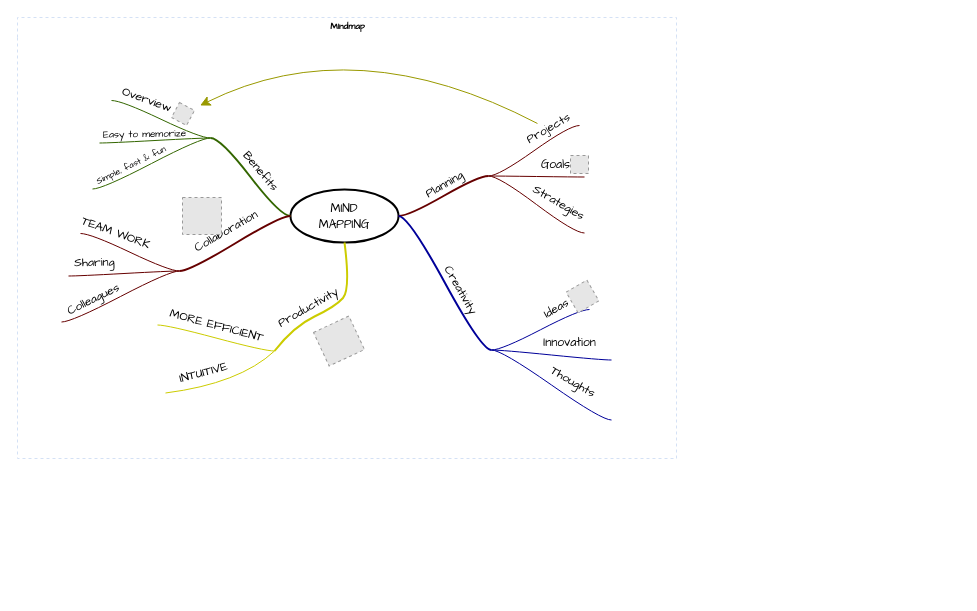
Before: 未命名绘图.drawio in Jerrywang2013/blog, a draw.io diagram. Source tidied: cells renumbered, new cells numbered last; positions are measured from the earlier drawing's top-left corner, leaving out a move shared by most shapes. Both pictures are drawn from the tidied source at 100%, with x=0, y=0 at pixel (17, 17). Pictures stored in the file or linked from it are replaced by grey dashed boxes.
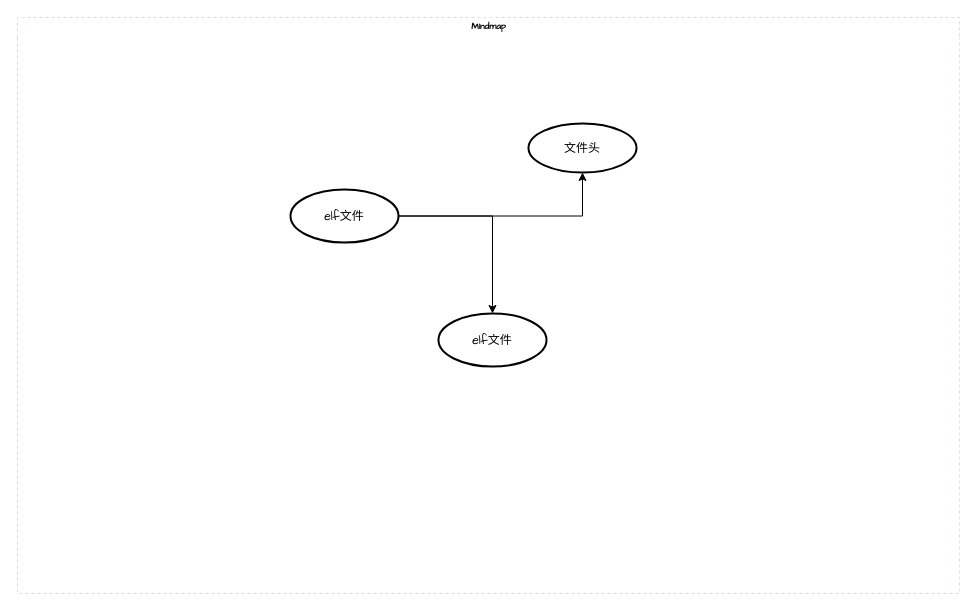
The same page after the edit.

The edit, as a diff of the source:
```diff
@@
     <mxCell id="2" value="Mindmap" style="swimlane;html=1;startSize=20;horizontal=1;containerType=tree;labelBackgroundColor=none;strokeColor=#D4E1F5;strokeWidth=1;fillColor=none;fontFamily=Comic Sans MS;fontSize=9;swimlaneLine=0;dashed=1;" parent="1" vertex="1">
-      <mxGeometry width="659" height="441" as="geometry" />
+      <mxGeometry width="942" height="576" as="geometry" />
     </mxCell>
-    <mxCell id="3" value="&lt;font face=&quot;Comic Sans MS&quot;&gt;MIND&lt;br&gt;MAPPING&lt;/font&gt;" style="ellipse;whiteSpace=wrap;html=1;align=center;strokeWidth=2;" parent="2" vertex="1">
+    <mxCell id="3" value="&lt;font face=&quot;Comic Sans MS&quot;&gt;elf文件&lt;/font&gt;" style="ellipse;whiteSpace=wrap;html=1;align=center;strokeWidth=2;" parent="2" vertex="1">
       <mxGeometry x="273" y="172" width="108" height="53" as="geometry" />
     </mxCell>
-    <mxCell id="4" style="whiteSpace=wrap;html=1;rounded=1;arcSize=50;align=center;verticalAlign=middle;strokeWidth=1;spacing=4;" parent="2" vertex="1">
-      <mxGeometry x="471" y="158" height="1" as="geometry" />
-    </mxCell>
-    <mxCell id="5" style="edgeStyle=entityRelationEdgeStyle;startArrow=none;endArrow=none;segment=10;curved=1;strokeWidth=2;strokeColor=#660000;rounded=0;fontSize=12;startSize=8;endSize=8;" parent="2" edge="1" source="3" target="4">
-      <mxGeometry relative="1" as="geometry" />
-    </mxCell>
-    <mxCell id="6" value="Planning" style="text;html=1;align=center;verticalAlign=middle;labelBackgroundColor=none;rotation=-30;fontFamily=Comic Sans MS;" parent="5" vertex="1">
-      <mxGeometry x="0.02" y="2" relative="1" as="geometry">
-        <mxPoint x="1" y="-9" as="offset" />
-      </mxGeometry>
-    </mxCell>
-    <mxCell id="7" style="whiteSpace=wrap;html=1;rounded=1;arcSize=50;align=center;verticalAlign=middle;strokeWidth=1;spacing=4;" parent="2" vertex="1" collapsed="1">
-      <mxGeometry x="562" y="108" width="5" as="geometry" />
-    </mxCell>
-    <mxCell id="8" style="edgeStyle=entityRelationEdgeStyle;startArrow=none;endArrow=none;segment=10;curved=1;strokeColor=#660000;rounded=0;fontSize=12;startSize=8;endSize=8;" parent="2" edge="1" source="4" target="7">
-      <mxGeometry relative="1" as="geometry" />
-    </mxCell>
-    <mxCell id="9" value="Projects" style="text;html=1;points=[];align=center;verticalAlign=middle;labelBackgroundColor=none;fontFamily=Comic Sans MS;rotation=-30;" parent="8" vertex="1">
-      <mxGeometry x="0.26" relative="1" as="geometry">
-        <mxPoint x="3" y="-14" as="offset" />
-      </mxGeometry>
-    </mxCell>
-    <mxCell id="10" style="whiteSpace=wrap;html=1;rounded=1;arcSize=50;align=center;verticalAlign=middle;strokeWidth=1;spacing=4;" parent="2" vertex="1">
-      <mxGeometry x="567" y="159" height="1" as="geometry" />
-    </mxCell>
-    <mxCell id="11" style="edgeStyle=entityRelationEdgeStyle;startArrow=none;endArrow=none;segment=10;curved=1;strokeColor=#660000;rounded=0;fontSize=12;startSize=8;endSize=8;" parent="2" edge="1" source="4" target="10">
-      <mxGeometry relative="1" as="geometry" />
-    </mxCell>
-    <mxCell id="12" value="Goals" style="text;html=1;align=center;verticalAlign=middle;labelBackgroundColor=none;fontFamily=Comic Sans MS;rotation=0;" parent="11" vertex="1">
-      <mxGeometry x="-0.11" y="-1" relative="1" as="geometry">
-        <mxPoint x="24" y="-12" as="offset" />
-      </mxGeometry>
-    </mxCell>
-    <mxCell id="13" style="whiteSpace=wrap;html=1;rounded=1;arcSize=50;align=center;verticalAlign=middle;strokeWidth=1;spacing=4;" parent="2" vertex="1">
-      <mxGeometry x="567" y="215" height="1" as="geometry" />
-    </mxCell>
-    <mxCell id="14" style="edgeStyle=entityRelationEdgeStyle;startArrow=none;endArrow=none;segment=10;curved=1;strokeColor=#660000;rounded=0;fontSize=12;startSize=8;endSize=8;" parent="2" edge="1" source="4" target="13">
-      <mxGeometry relative="1" as="geometry" />
-    </mxCell>
-    <mxCell id="15" value="Strategies" style="text;html=1;align=center;verticalAlign=middle;labelBackgroundColor=none;fontFamily=Comic Sans MS;rotation=30;" parent="14" vertex="1">
-      <mxGeometry x="-0.11" y="-1" relative="1" as="geometry">
-        <mxPoint x="28" y="1" as="offset" />
-      </mxGeometry>
-    </mxCell>
-    <mxCell id="16" style="whiteSpace=wrap;html=1;rounded=1;arcSize=50;align=center;verticalAlign=middle;strokeWidth=1;spacing=4;" parent="2" vertex="1">
-      <mxGeometry x="474" y="332" height="1" as="geometry" />
-    </mxCell>
-    <mxCell id="17" style="edgeStyle=entityRelationEdgeStyle;startArrow=none;endArrow=none;segment=10;curved=1;strokeWidth=2;strokeColor=#000099;rounded=0;fontSize=12;startSize=8;endSize=8;" parent="2" edge="1" source="3" target="16">
-      <mxGeometry relative="1" as="geometry" />
-    </mxCell>
-    <mxCell id="18" value="Creativity" style="text;html=1;align=center;verticalAlign=middle;labelBackgroundColor=none;rotation=60;fontFamily=Comic Sans MS;" parent="17" vertex="1">
-      <mxGeometry x="0.02" y="2" relative="1" as="geometry">
-        <mxPoint x="13" y="6" as="offset" />
-      </mxGeometry>
-    </mxCell>
-    <mxCell id="19" style="whiteSpace=wrap;html=1;rounded=1;arcSize=50;align=center;verticalAlign=middle;strokeWidth=1;spacing=4;" parent="2" vertex="1">
-      <mxGeometry x="572" y="292" width="5" as="geometry" />
-    </mxCell>
-    <mxCell id="20" style="edgeStyle=entityRelationEdgeStyle;startArrow=none;endArrow=none;segment=10;curved=1;strokeColor=#000099;rounded=0;fontSize=12;startSize=8;endSize=8;" parent="2" edge="1" source="16" target="19">
-      <mxGeometry relative="1" as="geometry" />
-    </mxCell>
-    <mxCell id="21" value="Ideas" style="text;html=1;align=center;verticalAlign=middle;labelBackgroundColor=none;fontFamily=Comic Sans MS;rotation=-30;" parent="20" vertex="1">
-      <mxGeometry x="0.26" relative="1" as="geometry">
-        <mxPoint x="3" y="-14" as="offset" />
-      </mxGeometry>
-    </mxCell>
-    <mxCell id="22" style="whiteSpace=wrap;html=1;rounded=1;arcSize=50;align=center;verticalAlign=middle;strokeWidth=1;spacing=4;" parent="2" vertex="1">
-      <mxGeometry x="594" y="342" height="1" as="geometry" />
-    </mxCell>
-    <mxCell id="23" style="edgeStyle=entityRelationEdgeStyle;startArrow=none;endArrow=none;segment=10;curved=1;strokeColor=#000099;rounded=0;fontSize=12;startSize=8;endSize=8;" parent="2" edge="1" source="16" target="22">
-      <mxGeometry relative="1" as="geometry" />
-    </mxCell>
-    <mxCell id="24" value="Innovation" style="text;html=1;align=center;verticalAlign=middle;labelBackgroundColor=none;fontFamily=Comic Sans MS;rotation=0;" parent="23" vertex="1">
-      <mxGeometry x="-0.11" y="-1" relative="1" as="geometry">
-        <mxPoint x="24" y="-12" as="offset" />
-      </mxGeometry>
-    </mxCell>
-    <mxCell id="25" style="whiteSpace=wrap;html=1;rounded=1;arcSize=50;align=center;verticalAlign=middle;strokeWidth=1;spacing=4;" parent="2" vertex="1">
-      <mxGeometry x="594" y="402" height="1" as="geometry" />
-    </mxCell>
-    <mxCell id="26" style="edgeStyle=entityRelationEdgeStyle;startArrow=none;endArrow=none;segment=10;curved=1;strokeColor=#000099;rounded=0;fontSize=12;startSize=8;endSize=8;" parent="2" edge="1" source="16" target="25">
-      <mxGeometry relative="1" as="geometry" />
-    </mxCell>
-    <mxCell id="27" value="Thoughts" style="text;html=1;align=center;verticalAlign=middle;labelBackgroundColor=none;fontFamily=Comic Sans MS;rotation=30;" parent="26" vertex="1">
-      <mxGeometry x="-0.11" y="-1" relative="1" as="geometry">
-        <mxPoint x="28" y="1" as="offset" />
-      </mxGeometry>
-    </mxCell>
-    <mxCell id="28" style="fillColor=#E6E6E6;strokeColor=#999999;dashed=1;html=1;verticalAlign=top;verticalLabelPosition=bottom;labelBackgroundColor=#ffffff;fontFamily=Comic Sans MS;rotation=-30;" parent="2" vertex="1">
-      <mxGeometry x="553" y="267" width="24" height="24" as="geometry" />
-    </mxCell>
-    <mxCell id="29" style="edgeStyle=entityRelationEdgeStyle;jumpStyle=arc;html=1;endArrow=classicThin;endFill=1;jettySize=auto;strokeColor=none;strokeWidth=2;fontFamily=Comic Sans MS;rounded=0;fontSize=12;startSize=8;endSize=8;curved=1;" parent="2" edge="1" source="19" target="28">
-      <mxGeometry relative="1" as="geometry" />
-    </mxCell>
-    <mxCell id="30" style="fillColor=#E6E6E6;strokeColor=#999999;dashed=1;html=1;verticalAlign=top;verticalLabelPosition=bottom;labelBackgroundColor=#ffffff;fontFamily=Comic Sans MS;" parent="2" vertex="1">
-      <mxGeometry x="553" y="138" width="18" height="18" as="geometry" />
-    </mxCell>
-    <mxCell id="31" style="edgeStyle=entityRelationEdgeStyle;jumpStyle=arc;html=1;endArrow=classicThin;endFill=1;jettySize=auto;strokeColor=none;strokeWidth=2;fontFamily=Comic Sans MS;rounded=0;fontSize=12;startSize=8;endSize=8;curved=1;" parent="2" edge="1" source="10" target="30">
-      <mxGeometry relative="1" as="geometry" />
-    </mxCell>
-    <mxCell id="32" style="whiteSpace=wrap;html=1;rounded=1;arcSize=50;align=center;verticalAlign=middle;strokeWidth=1;spacing=4;" parent="2" vertex="1">
-      <mxGeometry x="193" y="120" height="1" as="geometry" />
-    </mxCell>
-    <mxCell id="33" style="edgeStyle=entityRelationEdgeStyle;startArrow=none;endArrow=none;segment=10;curved=1;strokeWidth=2;strokeColor=#336600;rounded=0;fontSize=12;startSize=8;endSize=8;" parent="2" edge="1" source="3" target="32">
-      <mxGeometry relative="1" as="geometry" />
-    </mxCell>
-    <mxCell id="34" value="Benefits" style="text;html=1;align=center;verticalAlign=middle;labelBackgroundColor=none;rotation=50;fontFamily=Comic Sans MS;" parent="33" vertex="1">
-      <mxGeometry x="0.02" y="2" relative="1" as="geometry">
-        <mxPoint x="12" y="-7" as="offset" />
-      </mxGeometry>
-    </mxCell>
-    <mxCell id="35" style="whiteSpace=wrap;html=1;rounded=1;arcSize=50;align=center;verticalAlign=middle;strokeWidth=1;spacing=4;" parent="2" vertex="1">
-      <mxGeometry x="75" y="171" height="1" as="geometry" />
-    </mxCell>
-    <mxCell id="36" style="edgeStyle=entityRelationEdgeStyle;startArrow=none;endArrow=none;segment=10;curved=1;strokeColor=#336600;rounded=0;fontSize=12;startSize=8;endSize=8;" parent="2" edge="1" source="32" target="35">
-      <mxGeometry relative="1" as="geometry" />
-    </mxCell>
-    <mxCell id="37" value="Simple, fast &amp;amp; fun" style="text;html=1;align=center;verticalAlign=middle;labelBackgroundColor=none;fontFamily=Comic Sans MS;rotation=-26;fontSize=9;" parent="36" vertex="1">
-      <mxGeometry x="-0.11" y="-1" relative="1" as="geometry">
-        <mxPoint x="-27" y="7" as="offset" />
-      </mxGeometry>
-    </mxCell>
-    <mxCell id="38" style="whiteSpace=wrap;html=1;rounded=1;arcSize=50;align=center;verticalAlign=middle;strokeWidth=1;spacing=4;" parent="2" vertex="1">
-      <mxGeometry x="82" y="125" height="1" as="geometry" />
-    </mxCell>
-    <mxCell id="39" style="edgeStyle=entityRelationEdgeStyle;startArrow=none;endArrow=none;segment=10;curved=1;strokeColor=#336600;rounded=0;fontSize=12;startSize=8;endSize=8;" parent="2" edge="1" source="32" target="38">
-      <mxGeometry relative="1" as="geometry" />
-    </mxCell>
-    <mxCell id="40" value="Easy to memorize" style="text;html=1;align=center;verticalAlign=middle;labelBackgroundColor=none;fontFamily=Comic Sans MS;rotation=-1;fontSize=10;" parent="39" vertex="1">
-      <mxGeometry x="-0.11" y="-1" relative="1" as="geometry">
-        <mxPoint x="-18" y="-6" as="offset" />
-      </mxGeometry>
-    </mxCell>
-    <mxCell id="41" style="whiteSpace=wrap;html=1;rounded=1;arcSize=50;align=center;verticalAlign=middle;strokeWidth=1;spacing=4;" parent="2" vertex="1" collapsed="1">
-      <mxGeometry x="89" y="83" width="5" as="geometry" />
-    </mxCell>
-    <mxCell id="42" style="edgeStyle=entityRelationEdgeStyle;startArrow=none;endArrow=none;segment=10;curved=1;strokeColor=#336600;rounded=0;fontSize=12;startSize=8;endSize=8;" parent="2" edge="1" source="32" target="41">
-      <mxGeometry relative="1" as="geometry" />
-    </mxCell>
-    <mxCell id="43" value="Overview" style="text;html=1;align=center;verticalAlign=middle;labelBackgroundColor=none;fontFamily=Comic Sans MS;rotation=20;" parent="42" vertex="1">
-      <mxGeometry x="0.26" relative="1" as="geometry">
-        <mxPoint x="-2" y="-13" as="offset" />
-      </mxGeometry>
-    </mxCell>
-    <mxCell id="44" style="fillColor=#E6E6E6;strokeColor=#999999;dashed=1;html=1;verticalAlign=top;verticalLabelPosition=bottom;labelBackgroundColor=#ffffff;fontFamily=Comic Sans MS;fontSize=10;rotation=28;" parent="2" vertex="1">
-      <mxGeometry x="157" y="88" width="17" height="17" as="geometry" />
-    </mxCell>
-    <mxCell id="45" style="endArrow=classic;html=1;curved=1;sourcePerimeterSpacing=10;strokeColor=#999900;targetPerimeterSpacing=7;rounded=0;fontSize=12;startSize=8;endSize=8;" parent="2" edge="1" source="9" target="44">
-      <mxGeometry relative="1" as="geometry">
-        <Array as="points">
-          <mxPoint x="338" y="11" />
-        </Array>
-      </mxGeometry>
-    </mxCell>
-    <mxCell id="46" style="jumpStyle=arc;html=1;endArrow=classicThin;endFill=1;jettySize=auto;strokeColor=none;strokeWidth=2;fontFamily=Comic Sans MS;fontSize=10;rounded=0;startSize=8;endSize=8;curved=1;" parent="2" edge="1" source="32" target="44">
-      <mxGeometry relative="1" as="geometry" />
-    </mxCell>
-    <mxCell id="47" style="whiteSpace=wrap;html=1;rounded=1;arcSize=50;align=center;verticalAlign=middle;strokeWidth=1;spacing=4;" parent="2" vertex="1">
-      <mxGeometry x="162" y="253" height="1" as="geometry" />
-    </mxCell>
-    <mxCell id="48" style="edgeStyle=entityRelationEdgeStyle;startArrow=none;endArrow=none;segment=10;curved=1;strokeWidth=2;strokeColor=#660000;rounded=0;fontSize=12;startSize=8;endSize=8;" parent="2" edge="1" source="3" target="47">
-      <mxGeometry relative="1" as="geometry" />
-    </mxCell>
-    <mxCell id="49" value="Collaboration" style="text;html=1;align=center;verticalAlign=middle;labelBackgroundColor=none;rotation=-30;fontFamily=Comic Sans MS;" parent="48" vertex="1">
-      <mxGeometry x="0.02" y="2" relative="1" as="geometry">
-        <mxPoint x="-10" y="-13" as="offset" />
-      </mxGeometry>
-    </mxCell>
-    <mxCell id="50" style="whiteSpace=wrap;html=1;rounded=1;arcSize=50;align=center;verticalAlign=middle;strokeWidth=1;spacing=4;" parent="2" vertex="1">
-      <mxGeometry x="44" y="304" height="1" as="geometry" />
-    </mxCell>
-    <mxCell id="51" style="edgeStyle=entityRelationEdgeStyle;startArrow=none;endArrow=none;segment=10;curved=1;strokeColor=#660000;rounded=0;fontSize=12;startSize=8;endSize=8;" parent="2" edge="1" source="47" target="50">
-      <mxGeometry relative="1" as="geometry" />
-    </mxCell>
-    <mxCell id="52" value="Colleagues" style="text;html=1;align=center;verticalAlign=middle;labelBackgroundColor=none;fontFamily=Comic Sans MS;rotation=-26;fontSize=12;" parent="51" vertex="1">
-      <mxGeometry x="-0.11" y="-1" relative="1" as="geometry">
-        <mxPoint x="-34" y="8" as="offset" />
-      </mxGeometry>
-    </mxCell>
-    <mxCell id="53" style="whiteSpace=wrap;html=1;rounded=1;arcSize=50;align=center;verticalAlign=middle;strokeWidth=1;spacing=4;" parent="2" vertex="1">
-      <mxGeometry x="51" y="258" height="1" as="geometry" />
-    </mxCell>
-    <mxCell id="54" style="edgeStyle=entityRelationEdgeStyle;startArrow=none;endArrow=none;segment=10;curved=1;strokeColor=#660000;rounded=0;fontSize=12;startSize=8;endSize=8;" parent="2" edge="1" source="47" target="53">
-      <mxGeometry relative="1" as="geometry" />
-    </mxCell>
-    <mxCell id="55" value="Sharing" style="text;html=1;align=center;verticalAlign=middle;labelBackgroundColor=none;fontFamily=Comic Sans MS;rotation=-1;fontSize=12;" parent="54" vertex="1">
-      <mxGeometry x="-0.11" y="-1" relative="1" as="geometry">
-        <mxPoint x="-37" y="-9" as="offset" />
-      </mxGeometry>
-    </mxCell>
-    <mxCell id="56" style="whiteSpace=wrap;html=1;rounded=1;arcSize=50;align=center;verticalAlign=middle;strokeWidth=1;spacing=4;" parent="2" vertex="1" collapsed="1">
-      <mxGeometry x="58" y="216" width="5" as="geometry" />
-    </mxCell>
-    <mxCell id="57" style="edgeStyle=entityRelationEdgeStyle;startArrow=none;endArrow=none;segment=10;curved=1;strokeColor=#660000;rounded=0;fontSize=12;startSize=8;endSize=8;" parent="2" edge="1" source="47" target="56">
-      <mxGeometry relative="1" as="geometry" />
-    </mxCell>
-    <mxCell id="58" value="TEAM WORK" style="text;html=1;align=center;verticalAlign=middle;labelBackgroundColor=none;fontFamily=Comic Sans MS;rotation=20;" parent="57" vertex="1">
-      <mxGeometry x="0.26" relative="1" as="geometry">
-        <mxPoint x="-2" y="-13" as="offset" />
-      </mxGeometry>
-    </mxCell>
-    <mxCell id="59" style="fillColor=#E6E6E6;strokeColor=#999999;dashed=1;html=1;verticalAlign=top;verticalLabelPosition=bottom;labelBackgroundColor=#ffffff;fontFamily=Comic Sans MS;fontSize=12;fontColor=#000000;align=center;" parent="2" vertex="1">
-      <mxGeometry x="165" y="180" width="39" height="37" as="geometry" />
-    </mxCell>
-    <mxCell id="60" style="edgeStyle=none;jumpStyle=arc;html=1;entryX=0.5;entryY=1;entryPerimeter=0;endArrow=classicThin;endFill=1;jettySize=auto;strokeColor=none;strokeWidth=2;fontFamily=Comic Sans MS;fontSize=12;rounded=0;startSize=8;endSize=8;curved=1;" parent="2" edge="1" source="47" target="59">
-      <mxGeometry relative="1" as="geometry" />
-    </mxCell>
-    <mxCell id="61" style="whiteSpace=wrap;html=1;rounded=1;arcSize=50;align=center;verticalAlign=middle;strokeWidth=1;spacing=4;" parent="2" vertex="1">
-      <mxGeometry x="257" y="333" height="1" as="geometry" />
-    </mxCell>
-    <mxCell id="62" style="startArrow=none;endArrow=none;segment=10;strokeWidth=2;strokeColor=#CCCC00;exitX=0.5;exitY=1;curved=1;rounded=0;fontSize=12;startSize=8;endSize=8;" parent="2" edge="1" source="3" target="61">
-      <mxGeometry relative="1" as="geometry">
-        <Array as="points">
-          <mxPoint x="333" y="272" />
-          <mxPoint x="318" y="289" />
-          <mxPoint x="276" y="309" />
-        </Array>
-      </mxGeometry>
-    </mxCell>
-    <mxCell id="63" value="Productivity" style="text;html=1;align=center;verticalAlign=middle;labelBackgroundColor=none;rotation=-30;fontFamily=Comic Sans MS;" parent="62" vertex="1">
-      <mxGeometry x="0.02" y="2" relative="1" as="geometry">
-        <mxPoint x="-24" y="-2" as="offset" />
-      </mxGeometry>
-    </mxCell>
-    <mxCell id="64" style="whiteSpace=wrap;html=1;rounded=1;arcSize=50;align=center;verticalAlign=middle;strokeWidth=1;spacing=4;" parent="2" vertex="1">
-      <mxGeometry x="148" y="375" height="1" as="geometry" />
-    </mxCell>
-    <mxCell id="65" style="startArrow=none;endArrow=none;segment=10;strokeColor=#CCCC00;curved=1;rounded=0;fontSize=12;startSize=8;endSize=8;" parent="2" edge="1" source="61" target="64">
-      <mxGeometry relative="1" as="geometry">
-        <Array as="points">
-          <mxPoint x="222" y="366" />
-        </Array>
-      </mxGeometry>
-    </mxCell>
-    <mxCell id="66" value="INTUITIVE" style="text;html=1;align=center;verticalAlign=middle;labelBackgroundColor=none;fontFamily=Comic Sans MS;rotation=-15;fontSize=12;" parent="65" vertex="1">
-      <mxGeometry x="-0.11" y="-1" relative="1" as="geometry">
-        <mxPoint x="-30" y="-10" as="offset" />
-      </mxGeometry>
-    </mxCell>
-    <mxCell id="67" style="whiteSpace=wrap;html=1;rounded=1;arcSize=50;align=center;verticalAlign=middle;strokeWidth=1;spacing=4;" parent="2" vertex="1">
-      <mxGeometry x="140" y="307" height="1" as="geometry" />
-    </mxCell>
-    <mxCell id="68" style="edgeStyle=entityRelationEdgeStyle;startArrow=none;endArrow=none;segment=10;curved=1;strokeColor=#CCCC00;rounded=0;fontSize=12;startSize=8;endSize=8;" parent="2" edge="1" source="61" target="67">
-      <mxGeometry relative="1" as="geometry" />
-    </mxCell>
-    <mxCell id="69" value="MORE EFFICIENT" style="text;html=1;align=center;verticalAlign=middle;labelBackgroundColor=none;fontFamily=Comic Sans MS;rotation=15;fontSize=12;" parent="68" vertex="1">
-      <mxGeometry x="-0.11" y="-1" relative="1" as="geometry">
-        <mxPoint x="-6" y="-13" as="offset" />
-      </mxGeometry>
-    </mxCell>
-    <mxCell id="70" style="fillColor=#E6E6E6;strokeColor=#999999;dashed=1;html=1;verticalAlign=top;verticalLabelPosition=bottom;labelBackgroundColor=#ffffff;fontFamily=Comic Sans MS;fontSize=12;fontColor=#000000;align=center;rotation=-25;" parent="2" vertex="1">
-      <mxGeometry x="302" y="305" width="39" height="37" as="geometry" />
-    </mxCell>
-    <mxCell id="71" style="edgeStyle=none;jumpStyle=arc;html=1;entryX=0.5;entryY=1;entryPerimeter=0;endArrow=classicThin;endFill=1;jettySize=auto;strokeColor=none;strokeWidth=2;fontFamily=Comic Sans MS;fontSize=12;rounded=0;startSize=8;endSize=8;curved=1;" parent="2" edge="1" source="61" target="70">
-      <mxGeometry relative="1" as="geometry" />
-    </mxCell>
+    <mxCell id="72" style="edgeStyle=orthogonalEdgeStyle;rounded=0;jettySize=auto;html=1;" parent="2" edge="1" source="3" target="73">
+      <mxGeometry relative="1" as="geometry" />
+    </mxCell>
+    <mxCell id="73" value="&lt;font face=&quot;Comic Sans MS&quot;&gt;文件头&lt;/font&gt;" style="ellipse;whiteSpace=wrap;html=1;align=center;strokeWidth=2;" parent="2" vertex="1">
+      <mxGeometry x="511" y="106" width="108" height="49" as="geometry" />
+    </mxCell>
+    <mxCell id="74" style="edgeStyle=orthogonalEdgeStyle;rounded=0;jettySize=auto;html=1;" parent="2" edge="1" source="3" target="75">
+      <mxGeometry relative="1" as="geometry" />
+    </mxCell>
+    <mxCell id="75" value="&lt;font face=&quot;Comic Sans MS&quot;&gt;elf文件&lt;/font&gt;" style="ellipse;whiteSpace=wrap;html=1;align=center;strokeWidth=2;" parent="2" vertex="1">
+      <mxGeometry x="421" y="296" width="108" height="53" as="geometry" />
+    </mxCell>
```
